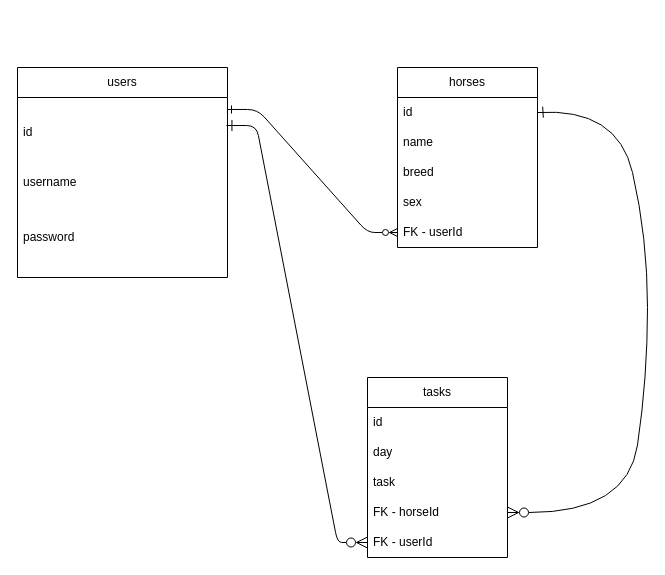
Above: ERD.drawio in brogers-97/Equestrian-Organizer (draw.io), before the change. Source tidied: cells renumbered, new cells numbered last; positions are measured from the earlier drawing's top-left corner, leaving out a move shared by most shapes. Both pictures are drawn from the tidied source at 100%, with x=0, y=0 at pixel (17, 67).
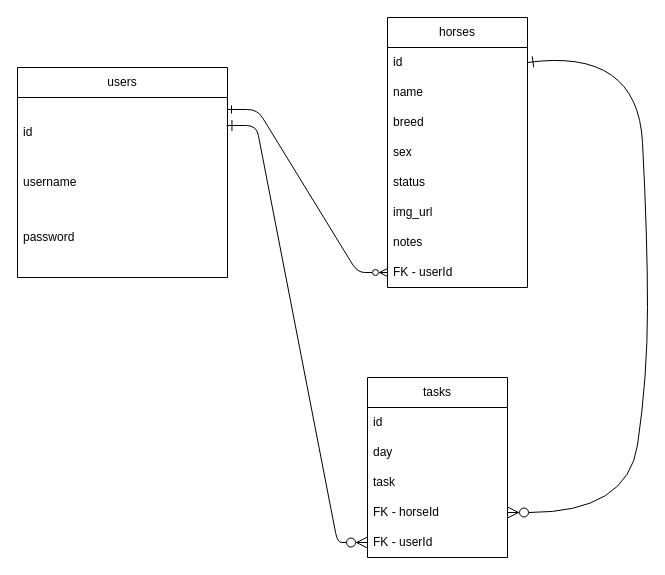
The same page after the edit.

The change refers to these unchanged cells:
```xml
<mxCell id="7" value="id" style="text;strokeColor=none;fillColor=none;align=left;verticalAlign=middle;spacingLeft=4;spacingRight=4;overflow=hidden;points=[[0,0.5],[1,0.5]];portConstraint=eastwest;whiteSpace=wrap;html=1;" parent="6" vertex="1">
  <mxGeometry y="30" width="140" height="30" as="geometry" />
</mxCell>
<mxCell id="16" value="FK - horseId" style="text;strokeColor=none;fillColor=none;align=left;verticalAlign=middle;spacingLeft=4;spacingRight=4;overflow=hidden;points=[[0,0.5],[1,0.5]];portConstraint=eastwest;whiteSpace=wrap;html=1;" parent="12" vertex="1">
  <mxGeometry y="120" width="140" height="30" as="geometry" />
</mxCell>
```

Diff of the diagram source:
```diff
@@
     <mxCell id="6" value="horses" style="swimlane;fontStyle=0;horizontal=1;startSize=30;whiteSpace=wrap;html=1;" parent="1" vertex="1">
-      <mxGeometry x="380" width="140" height="180" as="geometry" />
+      <mxGeometry x="370" y="-50" width="140" height="270" as="geometry" />
     </mxCell>
@@
+    <mxCell id="21" value="status" style="text;strokeColor=none;fillColor=none;align=left;verticalAlign=middle;spacingLeft=4;spacingRight=4;overflow=hidden;whiteSpace=wrap;html=1;" parent="6" vertex="1">
+      <mxGeometry y="150" width="140" height="30" as="geometry" />
+    </mxCell>
+    <mxCell id="22" value="img_url" style="text;strokeColor=none;fillColor=none;align=left;verticalAlign=middle;spacingLeft=4;spacingRight=4;overflow=hidden;whiteSpace=wrap;html=1;" parent="6" vertex="1">
+      <mxGeometry y="180" width="140" height="30" as="geometry" />
+    </mxCell>
+    <mxCell id="23" value="notes" style="text;strokeColor=none;fillColor=none;align=left;verticalAlign=middle;spacingLeft=4;spacingRight=4;overflow=hidden;whiteSpace=wrap;html=1;" parent="6" vertex="1">
+      <mxGeometry y="210" width="140" height="30" as="geometry" />
+    </mxCell>
     <mxCell id="11" value="FK - userId" style="text;strokeColor=none;fillColor=none;align=left;verticalAlign=middle;spacingLeft=4;spacingRight=4;overflow=hidden;points=[[0,0.5],[1,0.5]];portConstraint=eastwest;whiteSpace=wrap;html=1;" parent="6" vertex="1">
-      <mxGeometry y="150" width="140" height="30" as="geometry" />
+      <mxGeometry y="240" width="140" height="30" as="geometry" />
     </mxCell>
@@
     <mxCell id="19" style="curved=1;endArrow=ERone;html=1;entryX=1;entryY=0.5;entryDx=0;entryDy=0;exitX=1;exitY=0.5;exitDx=0;exitDy=0;endFill=0;startArrow=ERzeroToMany;startFill=0;endSize=9;startSize=9;" parent="1" edge="1" source="16" target="7">
       <mxGeometry relative="1" as="geometry">
         <Array as="points">
           <mxPoint x="610" y="445" />
           <mxPoint x="630" y="310" />
           <mxPoint x="630" y="170" />
-          <mxPoint x="600" y="40" />
+          <mxPoint x="620" y="-20" />
         </Array>
       </mxGeometry>
     </mxCell>
```
